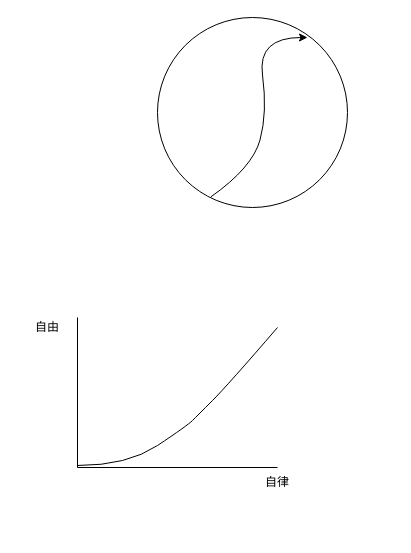
This is page "自由和自律" (8 of 8) of 模型.drawio from mashifei/uml, a draw.io file, before an edit. Source tidied: cells renumbered, new cells numbered last; positions are measured from the earlier drawing's top-left corner, leaving out a move shared by most shapes. Both pictures are drawn from the tidied source at 100%, with x=0, y=0 at pixel (27, 17).
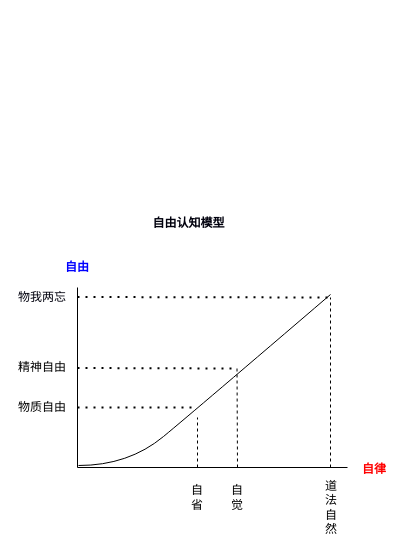
The same diagram, later.

What changed in the source:
```diff
@@
-    <mxCell id="2" style="ellipse;whiteSpace=wrap;html=1;" parent="1" vertex="1">
-      <mxGeometry x="130" width="190" height="190" as="geometry" />
-    </mxCell>
-    <mxCell id="3" style="curved=1;endArrow=classic;html=1;exitX=0.281;exitY=0.944;exitDx=0;exitDy=0;exitPerimeter=0;" parent="1" edge="1" source="2">
-      <mxGeometry relative="1" as="geometry">
-        <mxPoint x="280" y="20" as="targetPoint" />
-        <Array as="points">
-          <mxPoint x="225" y="150" />
-          <mxPoint x="240" y="95" />
-          <mxPoint x="230" y="20" />
-        </Array>
-      </mxGeometry>
-    </mxCell>
     <mxCell id="4" style="endArrow=none;html=1;" parent="1" edge="1">
       <mxGeometry relative="1" as="geometry">
         <mxPoint x="50" y="450" as="sourcePoint" />
-        <mxPoint x="50" y="300" as="targetPoint" />
+        <mxPoint x="50" y="270" as="targetPoint" />
       </mxGeometry>
     </mxCell>
     <mxCell id="5" style="endArrow=none;html=1;" parent="1" edge="1">
       <mxGeometry relative="1" as="geometry">
         <mxPoint x="50" y="450" as="sourcePoint" />
-        <mxPoint x="250" y="450" as="targetPoint" />
+        <mxPoint x="320" y="450" as="targetPoint" />
       </mxGeometry>
     </mxCell>
     <mxCell id="6" style="curved=1;endArrow=none;html=1;endFill=0;" parent="1" edge="1">
       <mxGeometry relative="1" as="geometry">
-        <mxPoint x="50" y="448" as="sourcePoint" />
-        <mxPoint x="250" y="310" as="targetPoint" />
+        <mxPoint x="51" y="448" as="sourcePoint" />
+        <mxPoint x="303" y="277" as="targetPoint" />
         <Array as="points">
-          <mxPoint x="100" y="448" />
-          <mxPoint x="160" y="408" />
-          <mxPoint x="170" y="398" />
-          <mxPoint x="200" y="368" />
+          <mxPoint x="101" y="448" />
+          <mxPoint x="171" y="390" />
         </Array>
       </mxGeometry>
     </mxCell>
-    <mxCell id="7" value="自由" style="text;html=1;strokeColor=none;fillColor=none;align=center;verticalAlign=middle;whiteSpace=wrap;rounded=0;" parent="1" vertex="1">
-      <mxGeometry y="300" width="40" height="20" as="geometry" />
+    <mxCell id="7" value="自由" style="text;html=1;align=center;verticalAlign=middle;whiteSpace=wrap;rounded=0;fillColor=#ffffff;fontStyle=1;fontColor=#0000FF;" parent="1" vertex="1">
+      <mxGeometry x="30" y="240" width="40" height="20" as="geometry" />
     </mxCell>
-    <mxCell id="8" value="自律" style="text;html=1;strokeColor=none;fillColor=none;align=center;verticalAlign=middle;whiteSpace=wrap;rounded=0;" parent="1" vertex="1">
-      <mxGeometry x="230" y="455" width="40" height="20" as="geometry" />
+    <mxCell id="8" value="自律" style="text;html=1;strokeColor=none;fillColor=none;align=center;verticalAlign=middle;whiteSpace=wrap;rounded=0;fontStyle=1;fontColor=#FF0000;" parent="1" vertex="1">
+      <mxGeometry x="327" y="442" width="40" height="20" as="geometry" />
     </mxCell>
+    <mxCell id="9" value="物质自由" style="text;html=1;strokeColor=none;fillColor=none;align=center;verticalAlign=middle;whiteSpace=wrap;rounded=0;fontStyle=0;" parent="1" vertex="1">
+      <mxGeometry x="-10" y="380" width="50" height="20" as="geometry" />
+    </mxCell>
+    <mxCell id="10" value="精神自由" style="text;html=1;strokeColor=none;fillColor=none;align=center;verticalAlign=middle;whiteSpace=wrap;rounded=0;fontStyle=0;" parent="1" vertex="1">
+      <mxGeometry x="-10" y="340" width="50" height="20" as="geometry" />
+    </mxCell>
+    <mxCell id="11" value="物我两忘" style="text;html=1;strokeColor=none;fillColor=none;align=center;verticalAlign=middle;whiteSpace=wrap;rounded=0;fontStyle=0;fontColor=#00000D;" parent="1" vertex="1">
+      <mxGeometry x="-10" y="270" width="50" height="20" as="geometry" />
+    </mxCell>
+    <mxCell id="12" value="道法自然" style="text;html=1;strokeColor=none;fillColor=none;align=center;verticalAlign=middle;whiteSpace=wrap;rounded=0;fontStyle=0;" parent="1" vertex="1">
+      <mxGeometry x="294" y="480" width="20" height="20" as="geometry" />
+    </mxCell>
+    <mxCell id="13" value="自省" style="text;html=1;strokeColor=none;fillColor=none;align=center;verticalAlign=middle;whiteSpace=wrap;rounded=0;fontStyle=0;" parent="1" vertex="1">
+      <mxGeometry x="160" y="470" width="20" height="20" as="geometry" />
+    </mxCell>
+    <mxCell id="14" value="自觉" style="text;html=1;strokeColor=none;fillColor=none;align=center;verticalAlign=middle;whiteSpace=wrap;rounded=0;fontStyle=0;" parent="1" vertex="1">
+      <mxGeometry x="200" y="470" width="20" height="20" as="geometry" />
+    </mxCell>
+    <mxCell id="15" style="endArrow=none;dashed=1;html=1;dashPattern=1 3;strokeWidth=2;" parent="1" edge="1">
+      <mxGeometry relative="1" as="geometry">
+        <mxPoint x="50" y="390" as="sourcePoint" />
+        <mxPoint x="170" y="390" as="targetPoint" />
+      </mxGeometry>
+    </mxCell>
+    <mxCell id="16" style="endArrow=none;dashed=1;html=1;dashPattern=1 3;strokeWidth=2;" parent="1" edge="1">
+      <mxGeometry relative="1" as="geometry">
+        <mxPoint x="50" y="350.5" as="sourcePoint" />
+        <mxPoint x="210" y="351" as="targetPoint" />
+      </mxGeometry>
+    </mxCell>
+    <mxCell id="17" style="endArrow=none;dashed=1;html=1;dashPattern=1 3;strokeWidth=2;" parent="1" edge="1">
+      <mxGeometry relative="1" as="geometry">
+        <mxPoint x="50" y="279.5" as="sourcePoint" />
+        <mxPoint x="300" y="280" as="targetPoint" />
+      </mxGeometry>
+    </mxCell>
+    <mxCell id="18" style="endArrow=none;dashed=1;html=1;" parent="1" edge="1">
+      <mxGeometry relative="1" as="geometry">
+        <mxPoint x="170" y="450" as="sourcePoint" />
+        <mxPoint x="170" y="400" as="targetPoint" />
+      </mxGeometry>
+    </mxCell>
+    <mxCell id="19" style="endArrow=none;dashed=1;html=1;" parent="1" edge="1">
+      <mxGeometry relative="1" as="geometry">
+        <mxPoint x="210" y="450" as="sourcePoint" />
+        <mxPoint x="209.5" y="350" as="targetPoint" />
+      </mxGeometry>
+    </mxCell>
+    <mxCell id="20" style="endArrow=none;dashed=1;html=1;" parent="1" edge="1">
+      <mxGeometry relative="1" as="geometry">
+        <mxPoint x="303" y="450" as="sourcePoint" />
+        <mxPoint x="303" y="280" as="targetPoint" />
+      </mxGeometry>
+    </mxCell>
+    <mxCell id="21" value="自由认知模型" style="text;html=1;strokeColor=none;fillColor=none;align=center;verticalAlign=middle;whiteSpace=wrap;rounded=0;fontStyle=1;fontColor=#00000D;" parent="1" vertex="1">
+      <mxGeometry x="120" y="196" width="83" height="20" as="geometry" />
+    </mxCell>
```
